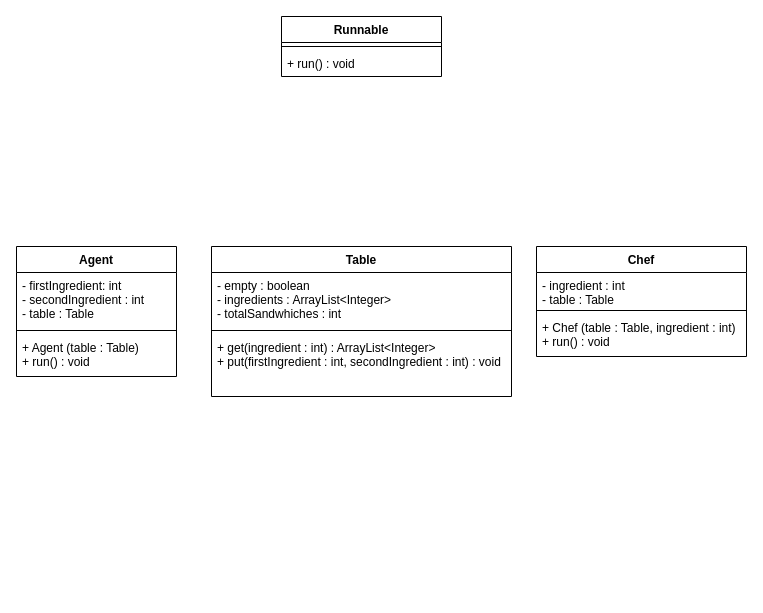
Above: Assignment1/A1_UML_Class_Diagram.drawio in NathanMacDiarmid/SYSC3303A (draw.io), before the change. Source tidied: cells renumbered, new cells numbered last; positions are measured from the earlier drawing's top-left corner, leaving out a move shared by most shapes. Both pictures are drawn from the tidied source at 100%, with x=0, y=0 at pixel (16, 16).
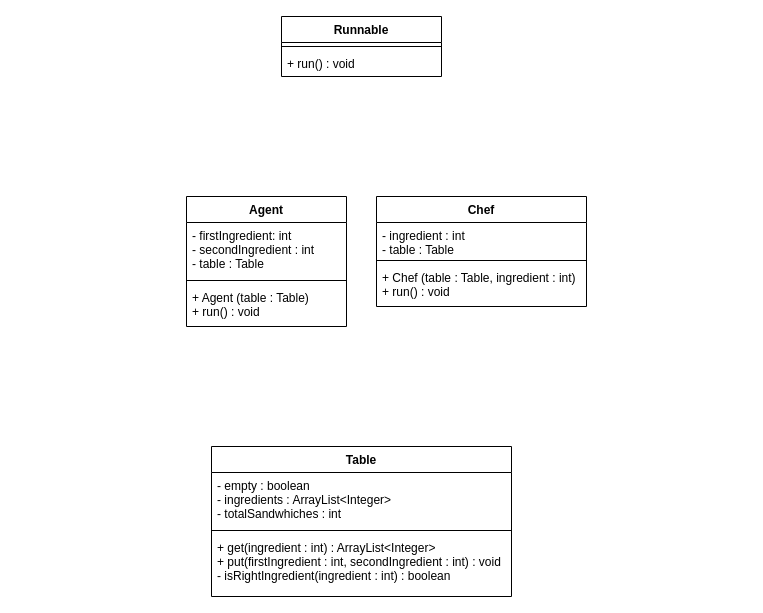
Above is the later version.

Change to the diagram source:
```diff
@@
 <mxGraphModel>
   <root>
     <mxCell id="0" />
     <mxCell id="1" parent="0" />
     <mxCell id="2" value="Runnable" style="swimlane;fontStyle=1;align=center;verticalAlign=top;horizontal=1;startSize=26;" parent="1" vertex="1">
       <mxGeometry x="265" width="160" height="60" as="geometry" />
     </mxCell>
     <mxCell id="3" style="line;strokeWidth=1;fillColor=none;align=left;verticalAlign=middle;spacingTop=-1;spacingLeft=3;spacingRight=3;labelPosition=right;strokeColor=inherit;" parent="2" vertex="1">
       <mxGeometry y="26" width="160" height="8" as="geometry" />
     </mxCell>
     <mxCell id="4" value="+ run() : void" style="text;strokeColor=none;fillColor=none;align=left;verticalAlign=top;spacingLeft=4;spacingRight=4;overflow=hidden;" parent="2" vertex="1">
       <mxGeometry y="34" width="160" height="26" as="geometry" />
     </mxCell>
     <mxCell id="5" value="Agent" style="swimlane;fontStyle=1;align=center;verticalAlign=top;horizontal=1;startSize=26;" parent="1" vertex="1">
-      <mxGeometry y="230" width="160" height="130" as="geometry" />
+      <mxGeometry x="170" y="180" width="160" height="130" as="geometry" />
     </mxCell>
     <mxCell id="6" value="- firstIngredient: int&#10;- secondIngredient : int&#10;- table : Table" style="text;strokeColor=none;fillColor=none;align=left;verticalAlign=top;spacingLeft=4;spacingRight=4;overflow=hidden;" parent="5" vertex="1">
       <mxGeometry y="26" width="160" height="54" as="geometry" />
     </mxCell>
     <mxCell id="7" style="line;strokeWidth=1;fillColor=none;align=left;verticalAlign=middle;spacingTop=-1;spacingLeft=3;spacingRight=3;labelPosition=right;strokeColor=inherit;" parent="5" vertex="1">
       <mxGeometry y="80" width="160" height="8" as="geometry" />
     </mxCell>
     <mxCell id="8" value="+ Agent (table : Table)&#10;+ run() : void" style="text;strokeColor=none;fillColor=none;align=left;verticalAlign=top;spacingLeft=4;spacingRight=4;overflow=hidden;" parent="5" vertex="1">
       <mxGeometry y="88" width="160" height="42" as="geometry" />
     </mxCell>
     <mxCell id="9" value="Table" style="swimlane;fontStyle=1;align=center;verticalAlign=top;horizontal=1;startSize=26;" parent="1" vertex="1">
-      <mxGeometry x="195" y="230" width="300" height="150" as="geometry" />
+      <mxGeometry x="195" y="430" width="300" height="150" as="geometry" />
     </mxCell>
     <mxCell id="10" value="- empty : boolean&#10;- ingredients : ArrayList&lt;Integer&gt;&#10;- totalSandwhiches : int" style="text;strokeColor=none;fillColor=none;align=left;verticalAlign=top;spacingLeft=4;spacingRight=4;overflow=hidden;" parent="9" vertex="1">
       <mxGeometry y="26" width="300" height="54" as="geometry" />
     </mxCell>
     <mxCell id="11" style="line;strokeWidth=1;fillColor=none;align=left;verticalAlign=middle;spacingTop=-1;spacingLeft=3;spacingRight=3;labelPosition=right;strokeColor=inherit;" parent="9" vertex="1">
       <mxGeometry y="80" width="300" height="8" as="geometry" />
     </mxCell>
-    <mxCell id="12" value="+ get(ingredient : int) : ArrayList&lt;Integer&gt;&#10;+ put(firstIngredient : int, secondIngredient : int) : void" style="text;strokeColor=none;fillColor=none;align=left;verticalAlign=top;spacingLeft=4;spacingRight=4;overflow=hidden;" parent="9" vertex="1">
+    <mxCell id="12" value="+ get(ingredient : int) : ArrayList&lt;Integer&gt;&#10;+ put(firstIngredient : int, secondIngredient : int) : void&#10;- isRightIngredient(ingredient : int) : boolean" style="text;strokeColor=none;fillColor=none;align=left;verticalAlign=top;spacingLeft=4;spacingRight=4;overflow=hidden;" parent="9" vertex="1">
       <mxGeometry y="88" width="300" height="62" as="geometry" />
     </mxCell>
     <mxCell id="13" value="Chef" style="swimlane;fontStyle=1;align=center;verticalAlign=top;horizontal=1;startSize=26;" parent="1" vertex="1">
-      <mxGeometry x="520" y="230" width="210" height="110" as="geometry" />
+      <mxGeometry x="360" y="180" width="210" height="110" as="geometry" />
     </mxCell>
     <mxCell id="14" value="- ingredient : int&#10;- table : Table" style="text;strokeColor=none;fillColor=none;align=left;verticalAlign=top;spacingLeft=4;spacingRight=4;overflow=hidden;" parent="13" vertex="1">
       <mxGeometry y="26" width="210" height="34" as="geometry" />
     </mxCell>
     <mxCell id="15" style="line;strokeWidth=1;fillColor=none;align=left;verticalAlign=middle;spacingTop=-1;spacingLeft=3;spacingRight=3;labelPosition=right;strokeColor=inherit;" parent="13" vertex="1">
       <mxGeometry y="60" width="210" height="8" as="geometry" />
     </mxCell>
     <mxCell id="16" value="+ Chef (table : Table, ingredient : int)&#10;+ run() : void" style="text;strokeColor=none;fillColor=none;align=left;verticalAlign=top;spacingLeft=4;spacingRight=4;overflow=hidden;" parent="13" vertex="1">
       <mxGeometry y="68" width="210" height="42" as="geometry" />
     </mxCell>
   </root>
 </mxGraphModel>
```
